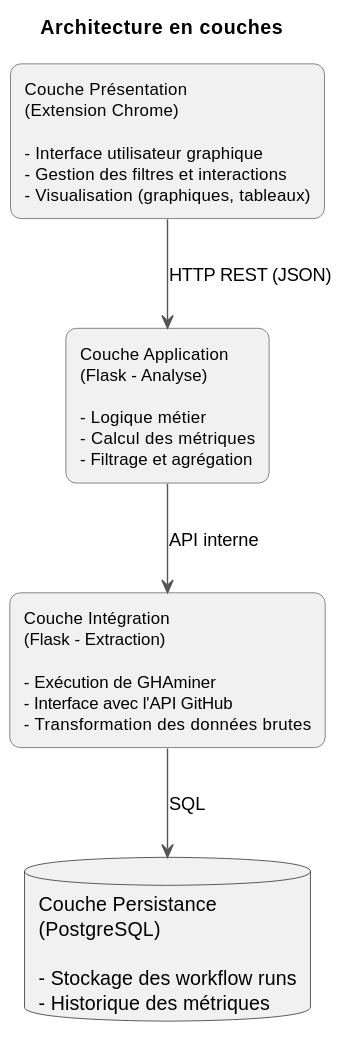
Above: doc/architecture_couches.svg in stilab-ets/GHA-Dashboard (PlantUML), before the change.
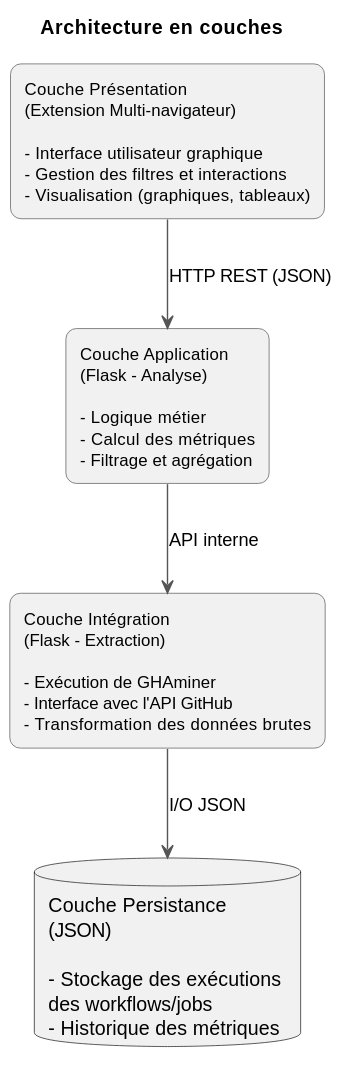
Later version of the same file.

Change to the diagram source:
```diff
@@ -9,15 +9,15 @@
 }
 skinparam arrowColor #555
 
-rectangle "Couche Présentation\n(Extension Chrome)\n\n- Interface utilisateur graphique\n- Gestion des filtres et interactions\n- Visualisation (graphiques, tableaux)" as Pres
+rectangle "Couche Présentation\n(Extension Multi-navigateur)\n\n- Interface utilisateur graphique\n- Gestion des filtres et interactions\n- Visualisation (graphiques, tableaux)" as Pres
 
 rectangle "Couche Application\n(Flask - Analyse)\n\n- Logique métier\n- Calcul des métriques\n- Filtrage et agrégation" as App
 
 rectangle "Couche Intégration\n(Flask - Extraction)\n\n- Exécution de GHAminer\n- Interface avec l'API GitHub\n- Transformation des données brutes" as Intg
 
-database "Couche Persistance\n(PostgreSQL)\n\n- Stockage des workflow runs\n- Historique des métriques" as DB
+database "Couche Persistance\n(JSON)\n\n- Stockage des exécutions \ndes workflows/jobs\n- Historique des métriques" as DB
 
 Pres -down-> App : HTTP REST (JSON)
 App -down-> Intg : API interne
-Intg -down-> DB : SQL
+Intg -down-> DB : I/O JSON
 @enduml
```
